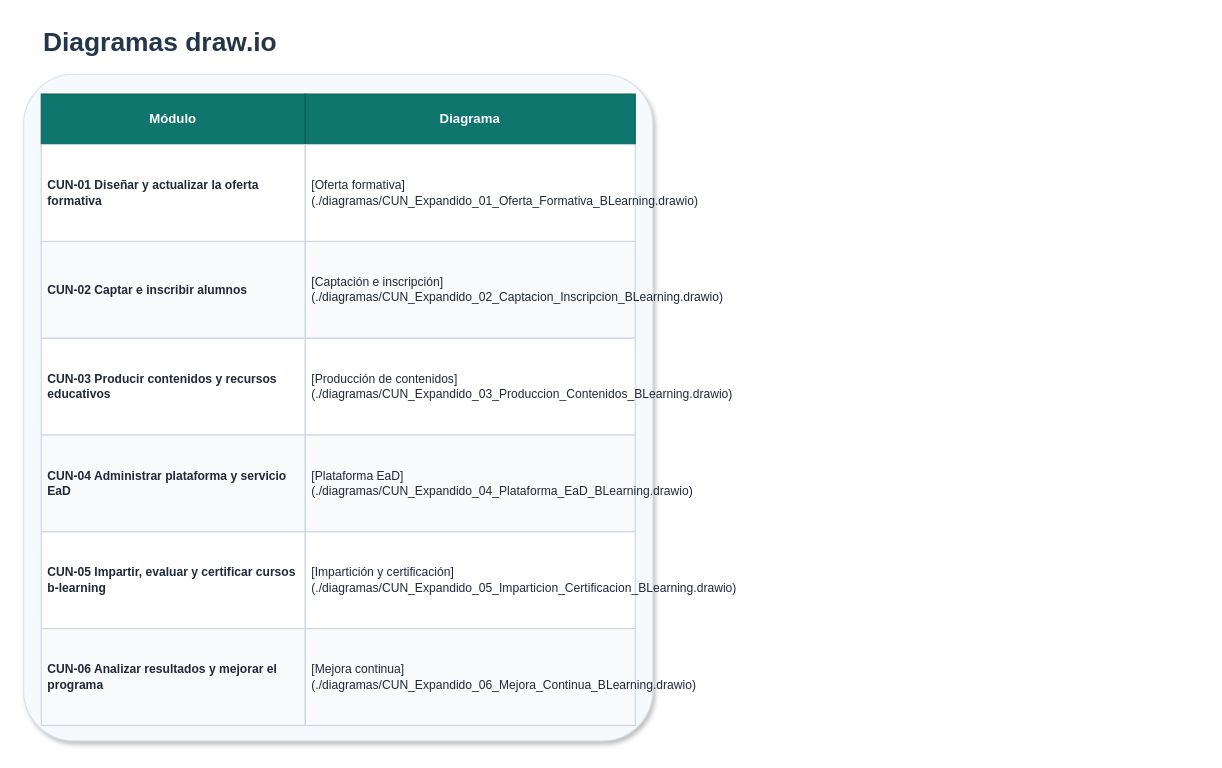
Jsue46/exposicionayd keeps this draw.io diagram as page "Diagramas draw.io" (2 of 3) of diagramas/tablas/Tablas_Casos_Uso_Expandidos_BLearning.drawio. Above is the earlier version. Source tidied: cells renumbered, new cells numbered last; positions are measured from the earlier drawing's top-left corner, leaving out a move shared by most shapes. Both pictures are drawn from the tidied source at 110%, with x=0, y=0 at pixel (23, 19).
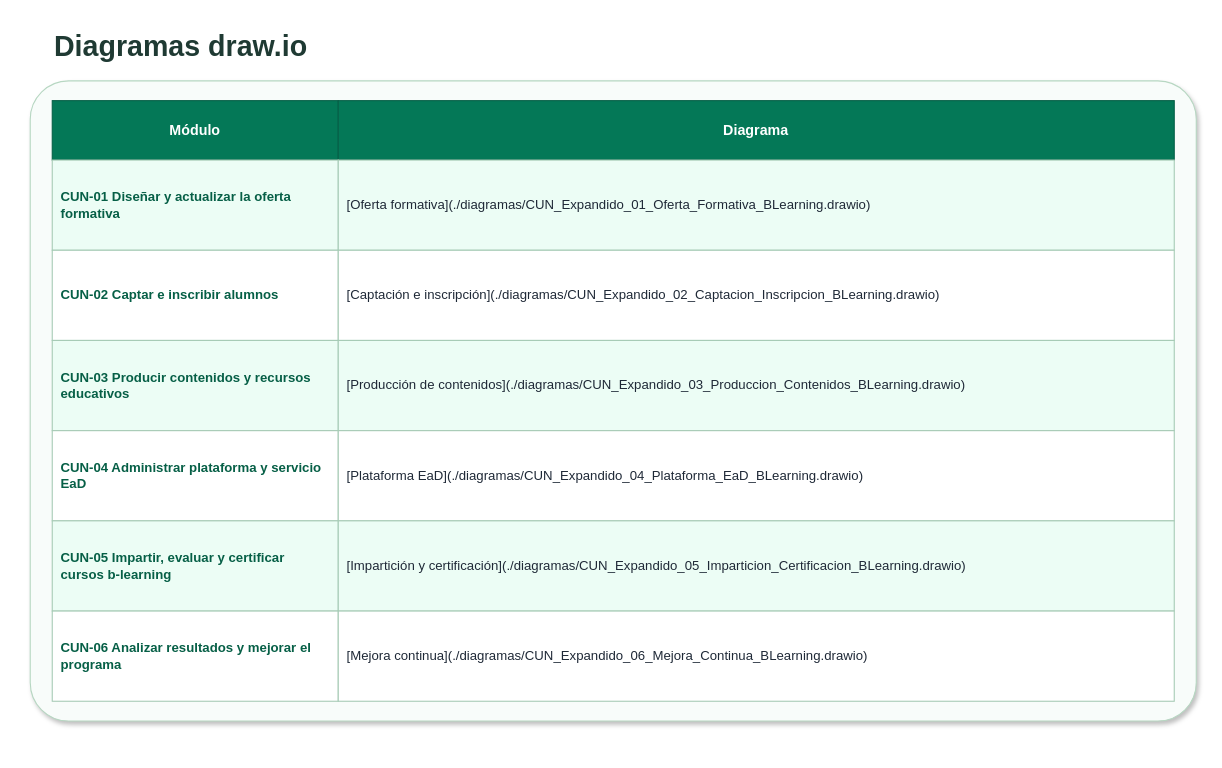
After the change.

What changed in the source:
```diff
@@
 <mxGraphModel>
   <root>
     <mxCell id="0" />
     <mxCell id="1" parent="0" />
-    <mxCell id="2" value="Diagramas draw.io" style="text;html=1;strokeColor=none;fillColor=none;align=left;verticalAlign=middle;whiteSpace=wrap;rounded=0;fontSize=24;fontStyle=1;fontColor=#25364A;" parent="1" vertex="1">
-      <mxGeometry x="16" width="540" height="42" as="geometry" />
+    <mxCell id="2" value="Diagramas draw.io" style="text;html=1;strokeColor=none;fillColor=none;align=left;verticalAlign=middle;whiteSpace=wrap;rounded=0;fontSize=26;fontStyle=1;fontColor=#1F3A33;" parent="1" vertex="1">
+      <mxGeometry x="26" y="2" width="1020" height="46" as="geometry" />
     </mxCell>
-    <mxCell id="3" style="rounded=1;whiteSpace=wrap;html=1;fillColor=#F7FAFC;strokeColor=#D9E2EC;arcSize=8;shadow=1;" parent="1" vertex="1">
-      <mxGeometry y="50" width="572" height="606" as="geometry" />
+    <mxCell id="3" style="rounded=1;whiteSpace=wrap;html=1;fillColor=#F8FCFA;strokeColor=#B7D7C2;arcSize=6;shadow=1;" parent="1" vertex="1">
+      <mxGeometry x="6" y="56" width="1060" height="582" as="geometry" />
     </mxCell>
-    <mxCell id="4" value="Módulo" style="rounded=0;whiteSpace=wrap;html=1;fillColor=#0F766E;strokeColor=#0B5F59;fontColor=#FFFFFF;fontStyle=1;align=center;verticalAlign=middle;fontSize=12;spacing=6;" parent="1" vertex="1">
-      <mxGeometry x="16" y="68" width="240" height="46" as="geometry" />
+    <mxCell id="4" value="Módulo" style="rounded=0;whiteSpace=wrap;html=1;fillColor=#047857;strokeColor=#065F46;fontColor=#FFFFFF;fontStyle=1;align=center;verticalAlign=middle;fontSize=13;spacing=8;" parent="1" vertex="1">
+      <mxGeometry x="26" y="74" width="260" height="54" as="geometry" />
     </mxCell>
-    <mxCell id="5" value="Diagrama" style="rounded=0;whiteSpace=wrap;html=1;fillColor=#0F766E;strokeColor=#0B5F59;fontColor=#FFFFFF;fontStyle=1;align=center;verticalAlign=middle;fontSize=12;spacing=6;" parent="1" vertex="1">
-      <mxGeometry x="256" y="68" width="300" height="46" as="geometry" />
+    <mxCell id="5" value="Diagrama" style="rounded=0;whiteSpace=wrap;html=1;fillColor=#047857;strokeColor=#065F46;fontColor=#FFFFFF;fontStyle=1;align=center;verticalAlign=middle;fontSize=13;spacing=8;" parent="1" vertex="1">
+      <mxGeometry x="286" y="74" width="760" height="54" as="geometry" />
     </mxCell>
-    <mxCell id="6" value="CUN-01 Diseñar y actualizar la oferta formativa" style="rounded=0;whiteSpace=wrap;html=1;fillColor=#FFFFFF;strokeColor=#CBD5E1;fontColor=#1F2937;fontStyle=1;align=left;verticalAlign=middle;fontSize=11;spacing=6;" parent="1" vertex="1">
-      <mxGeometry x="16" y="114" width="240" height="88" as="geometry" />
+    <mxCell id="6" value="CUN-01 Diseñar y actualizar la oferta formativa" style="rounded=0;whiteSpace=wrap;html=1;fillColor=#ECFDF5;strokeColor=#A7CBB6;fontColor=#065F46;fontStyle=1;align=left;verticalAlign=middle;fontSize=12;spacing=8;" parent="1" vertex="1">
+      <mxGeometry x="26" y="128" width="260" height="82" as="geometry" />
     </mxCell>
-    <mxCell id="7" value="[Oferta formativa](./diagramas/CUN_Expandido_01_Oferta_Formativa_BLearning.drawio)" style="rounded=0;whiteSpace=wrap;html=1;fillColor=#FFFFFF;strokeColor=#CBD5E1;fontColor=#1F2937;fontStyle=0;align=left;verticalAlign=middle;fontSize=11;spacing=6;" parent="1" vertex="1">
-      <mxGeometry x="256" y="114" width="300" height="88" as="geometry" />
+    <mxCell id="7" value="[Oferta formativa](./diagramas/CUN_Expandido_01_Oferta_Formativa_BLearning.drawio)" style="rounded=0;whiteSpace=wrap;html=1;fillColor=#ECFDF5;strokeColor=#A7CBB6;fontColor=#1F2937;fontStyle=0;align=left;verticalAlign=middle;fontSize=12;spacing=8;" parent="1" vertex="1">
+      <mxGeometry x="286" y="128" width="760" height="82" as="geometry" />
     </mxCell>
-    <mxCell id="8" value="CUN-02 Captar e inscribir alumnos" style="rounded=0;whiteSpace=wrap;html=1;fillColor=#F8FAFC;strokeColor=#CBD5E1;fontColor=#1F2937;fontStyle=1;align=left;verticalAlign=middle;fontSize=11;spacing=6;" parent="1" vertex="1">
-      <mxGeometry x="16" y="202" width="240" height="88" as="geometry" />
+    <mxCell id="8" value="CUN-02 Captar e inscribir alumnos" style="rounded=0;whiteSpace=wrap;html=1;fillColor=#FFFFFF;strokeColor=#A7CBB6;fontColor=#065F46;fontStyle=1;align=left;verticalAlign=middle;fontSize=12;spacing=8;" parent="1" vertex="1">
+      <mxGeometry x="26" y="210" width="260" height="82" as="geometry" />
     </mxCell>
-    <mxCell id="9" value="[Captación e inscripción](./diagramas/CUN_Expandido_02_Captacion_Inscripcion_BLearning.drawio)" style="rounded=0;whiteSpace=wrap;html=1;fillColor=#F8FAFC;strokeColor=#CBD5E1;fontColor=#1F2937;fontStyle=0;align=left;verticalAlign=middle;fontSize=11;spacing=6;" parent="1" vertex="1">
-      <mxGeometry x="256" y="202" width="300" height="88" as="geometry" />
+    <mxCell id="9" value="[Captación e inscripción](./diagramas/CUN_Expandido_02_Captacion_Inscripcion_BLearning.drawio)" style="rounded=0;whiteSpace=wrap;html=1;fillColor=#FFFFFF;strokeColor=#A7CBB6;fontColor=#1F2937;fontStyle=0;align=left;verticalAlign=middle;fontSize=12;spacing=8;" parent="1" vertex="1">
+      <mxGeometry x="286" y="210" width="760" height="82" as="geometry" />
     </mxCell>
-    <mxCell id="10" value="CUN-03 Producir contenidos y recursos educativos" style="rounded=0;whiteSpace=wrap;html=1;fillColor=#FFFFFF;strokeColor=#CBD5E1;fontColor=#1F2937;fontStyle=1;align=left;verticalAlign=middle;fontSize=11;spacing=6;" parent="1" vertex="1">
-      <mxGeometry x="16" y="290" width="240" height="88" as="geometry" />
+    <mxCell id="10" value="CUN-03 Producir contenidos y recursos educativos" style="rounded=0;whiteSpace=wrap;html=1;fillColor=#ECFDF5;strokeColor=#A7CBB6;fontColor=#065F46;fontStyle=1;align=left;verticalAlign=middle;fontSize=12;spacing=8;" parent="1" vertex="1">
+      <mxGeometry x="26" y="292" width="260" height="82" as="geometry" />
     </mxCell>
-    <mxCell id="11" value="[Producción de contenidos](./diagramas/CUN_Expandido_03_Produccion_Contenidos_BLearning.drawio)" style="rounded=0;whiteSpace=wrap;html=1;fillColor=#FFFFFF;strokeColor=#CBD5E1;fontColor=#1F2937;fontStyle=0;align=left;verticalAlign=middle;fontSize=11;spacing=6;" parent="1" vertex="1">
-      <mxGeometry x="256" y="290" width="300" height="88" as="geometry" />
+    <mxCell id="11" value="[Producción de contenidos](./diagramas/CUN_Expandido_03_Produccion_Contenidos_BLearning.drawio)" style="rounded=0;whiteSpace=wrap;html=1;fillColor=#ECFDF5;strokeColor=#A7CBB6;fontColor=#1F2937;fontStyle=0;align=left;verticalAlign=middle;fontSize=12;spacing=8;" parent="1" vertex="1">
+      <mxGeometry x="286" y="292" width="760" height="82" as="geometry" />
     </mxCell>
-    <mxCell id="12" value="CUN-04 Administrar plataforma y servicio EaD" style="rounded=0;whiteSpace=wrap;html=1;fillColor=#F8FAFC;strokeColor=#CBD5E1;fontColor=#1F2937;fontStyle=1;align=left;verticalAlign=middle;fontSize=11;spacing=6;" parent="1" vertex="1">
-      <mxGeometry x="16" y="378" width="240" height="88" as="geometry" />
+    <mxCell id="12" value="CUN-04 Administrar plataforma y servicio EaD" style="rounded=0;whiteSpace=wrap;html=1;fillColor=#FFFFFF;strokeColor=#A7CBB6;fontColor=#065F46;fontStyle=1;align=left;verticalAlign=middle;fontSize=12;spacing=8;" parent="1" vertex="1">
+      <mxGeometry x="26" y="374" width="260" height="82" as="geometry" />
     </mxCell>
-    <mxCell id="13" value="[Plataforma EaD](./diagramas/CUN_Expandido_04_Plataforma_EaD_BLearning.drawio)" style="rounded=0;whiteSpace=wrap;html=1;fillColor=#F8FAFC;strokeColor=#CBD5E1;fontColor=#1F2937;fontStyle=0;align=left;verticalAlign=middle;fontSize=11;spacing=6;" parent="1" vertex="1">
-      <mxGeometry x="256" y="378" width="300" height="88" as="geometry" />
+    <mxCell id="13" value="[Plataforma EaD](./diagramas/CUN_Expandido_04_Plataforma_EaD_BLearning.drawio)" style="rounded=0;whiteSpace=wrap;html=1;fillColor=#FFFFFF;strokeColor=#A7CBB6;fontColor=#1F2937;fontStyle=0;align=left;verticalAlign=middle;fontSize=12;spacing=8;" parent="1" vertex="1">
+      <mxGeometry x="286" y="374" width="760" height="82" as="geometry" />
     </mxCell>
-    <mxCell id="14" value="CUN-05 Impartir, evaluar y certificar cursos b-learning" style="rounded=0;whiteSpace=wrap;html=1;fillColor=#FFFFFF;strokeColor=#CBD5E1;fontColor=#1F2937;fontStyle=1;align=left;verticalAlign=middle;fontSize=11;spacing=6;" parent="1" vertex="1">
-      <mxGeometry x="16" y="466" width="240" height="88" as="geometry" />
+    <mxCell id="14" value="CUN-05 Impartir, evaluar y certificar cursos b-learning" style="rounded=0;whiteSpace=wrap;html=1;fillColor=#ECFDF5;strokeColor=#A7CBB6;fontColor=#065F46;fontStyle=1;align=left;verticalAlign=middle;fontSize=12;spacing=8;" parent="1" vertex="1">
+      <mxGeometry x="26" y="456" width="260" height="82" as="geometry" />
     </mxCell>
-    <mxCell id="15" value="[Impartición y certificación](./diagramas/CUN_Expandido_05_Imparticion_Certificacion_BLearning.drawio)" style="rounded=0;whiteSpace=wrap;html=1;fillColor=#FFFFFF;strokeColor=#CBD5E1;fontColor=#1F2937;fontStyle=0;align=left;verticalAlign=middle;fontSize=11;spacing=6;" parent="1" vertex="1">
-      <mxGeometry x="256" y="466" width="300" height="88" as="geometry" />
+    <mxCell id="15" value="[Impartición y certificación](./diagramas/CUN_Expandido_05_Imparticion_Certificacion_BLearning.drawio)" style="rounded=0;whiteSpace=wrap;html=1;fillColor=#ECFDF5;strokeColor=#A7CBB6;fontColor=#1F2937;fontStyle=0;align=left;verticalAlign=middle;fontSize=12;spacing=8;" parent="1" vertex="1">
+      <mxGeometry x="286" y="456" width="760" height="82" as="geometry" />
     </mxCell>
-    <mxCell id="16" value="CUN-06 Analizar resultados y mejorar el programa" style="rounded=0;whiteSpace=wrap;html=1;fillColor=#F8FAFC;strokeColor=#CBD5E1;fontColor=#1F2937;fontStyle=1;align=left;verticalAlign=middle;fontSize=11;spacing=6;" parent="1" vertex="1">
-      <mxGeometry x="16" y="554" width="240" height="88" as="geometry" />
+    <mxCell id="16" value="CUN-06 Analizar resultados y mejorar el programa" style="rounded=0;whiteSpace=wrap;html=1;fillColor=#FFFFFF;strokeColor=#A7CBB6;fontColor=#065F46;fontStyle=1;align=left;verticalAlign=middle;fontSize=12;spacing=8;" parent="1" vertex="1">
+      <mxGeometry x="26" y="538" width="260" height="82" as="geometry" />
     </mxCell>
-    <mxCell id="17" value="[Mejora continua](./diagramas/CUN_Expandido_06_Mejora_Continua_BLearning.drawio)" style="rounded=0;whiteSpace=wrap;html=1;fillColor=#F8FAFC;strokeColor=#CBD5E1;fontColor=#1F2937;fontStyle=0;align=left;verticalAlign=middle;fontSize=11;spacing=6;" parent="1" vertex="1">
-      <mxGeometry x="256" y="554" width="300" height="88" as="geometry" />
+    <mxCell id="17" value="[Mejora continua](./diagramas/CUN_Expandido_06_Mejora_Continua_BLearning.drawio)" style="rounded=0;whiteSpace=wrap;html=1;fillColor=#FFFFFF;strokeColor=#A7CBB6;fontColor=#1F2937;fontStyle=0;align=left;verticalAlign=middle;fontSize=12;spacing=8;" parent="1" vertex="1">
+      <mxGeometry x="286" y="538" width="760" height="82" as="geometry" />
     </mxCell>
   </root>
 </mxGraphModel>
```
